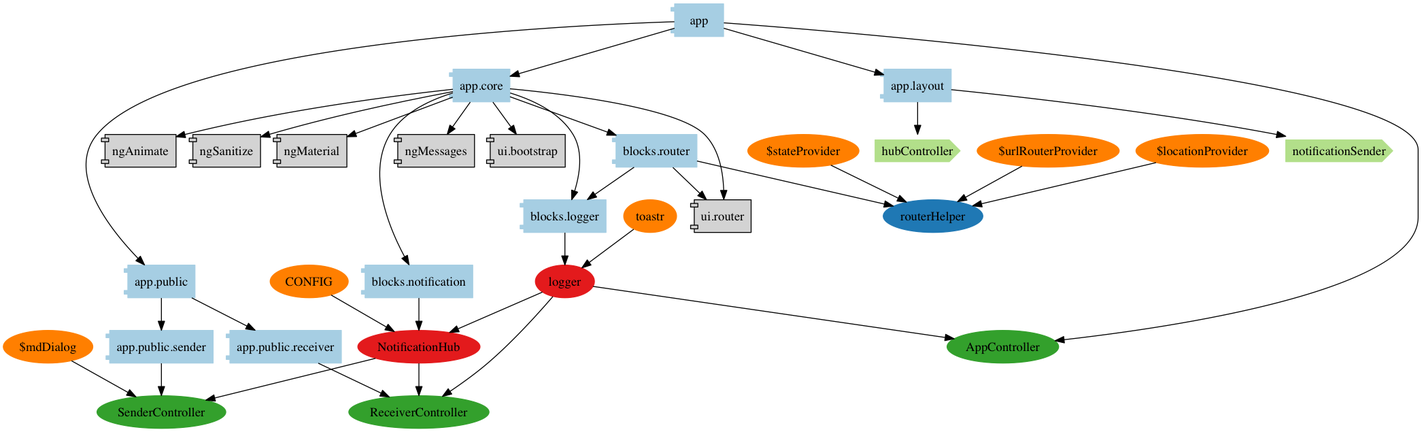
Above: client/architecture/png/all.png in andrea-spotsoftware/angular-signalR (Graphviz), before the change. Its source is kept beside it as client/architecture/dot/all.dot.
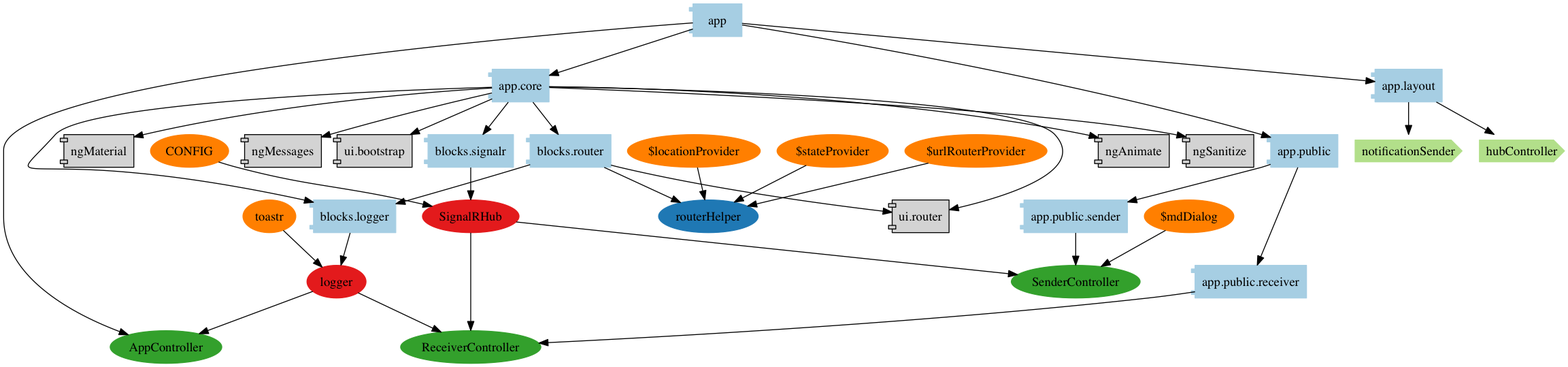
After the commit.

Diff of the diagram source:
```diff
@@ -5,9 +5,9 @@
 
       "blocks.logger"[label="blocks.logger", color=1]
 
-      "blocks.notification"[label="blocks.notification", color=1]
+      "blocks.router"[label="blocks.router", color=1]
 
-      "blocks.router"[label="blocks.router", color=1]
+      "blocks.signalr"[label="blocks.signalr", color=1]
 
       "app.core"[label="app.core", color=1]
 
@@ -26,11 +26,11 @@
 
 
 
-
-
         "blocks.router" -> "ui.router"
 
         "blocks.router" -> "blocks.logger"
+
+
 
 
 
@@ -46,7 +46,7 @@
 
         "app.core" -> "blocks.router"
 
-        "app.core" -> "blocks.notification"
+        "app.core" -> "blocks.signalr"
 
         "app.core" -> "ui.bootstrap"
 
@@ -144,74 +144,6 @@
 
 
 
-
-
-
-
-
-
-        "NotificationHub"[label="NotificationHub", color=6]
-
-
-
-      node[shape="cds"]
-
-
-
-
-
-
-
-
-
-      node[shape="ellipse"]
-
-
-
-
-
-
-
-
-
-        "blocks.notification" -> "NotificationHub"
-
-
-
-
-
-
-
-
-
-
-
-
-
-
-      node[shape="ellipse",style="filled", color=8]
-
-
-
-
-
-
-
-
-
-
-          "CONFIG"[label="CONFIG"]
-          "CONFIG" -> "NotificationHub"
-
-          "logger"[label="logger"]
-          "logger" -> "NotificationHub"
-
-
-
-
-
-
-
         "routerHelper"[label="routerHelper", color=2]
 
 
@@ -276,6 +208,71 @@
 
 
 
+
+
+
+
+
+
+
+
+
+
+
+
+
+        "SignalRHub"[label="SignalRHub", color=6]
+
+
+
+      node[shape="cds"]
+
+
+
+
+
+
+
+
+
+      node[shape="ellipse"]
+
+
+
+
+
+
+
+
+
+        "blocks.signalr" -> "SignalRHub"
+
+
+
+
+
+
+
+
+
+
+
+
+
+
+      node[shape="ellipse",style="filled", color=8]
+
+
+
+
+
+
+
+
+
+
+          "CONFIG"[label="CONFIG"]
+          "CONFIG" -> "SignalRHub"
 
 
 
@@ -580,8 +577,8 @@
 
 
 
-          "NotificationHub"[label="NotificationHub"]
-          "NotificationHub" -> "ReceiverController"
+          "SignalRHub"[label="SignalRHub"]
+          "SignalRHub" -> "ReceiverController"
 
           "logger"[label="logger"]
           "logger" -> "ReceiverController"
@@ -648,8 +645,8 @@
 
 
 
-          "NotificationHub"[label="NotificationHub"]
-          "NotificationHub" -> "SenderController"
+          "SignalRHub"[label="SignalRHub"]
+          "SignalRHub" -> "SenderController"
 
           "$mdDialog"[label="$mdDialog"]
           "$mdDialog" -> "SenderController"
```
